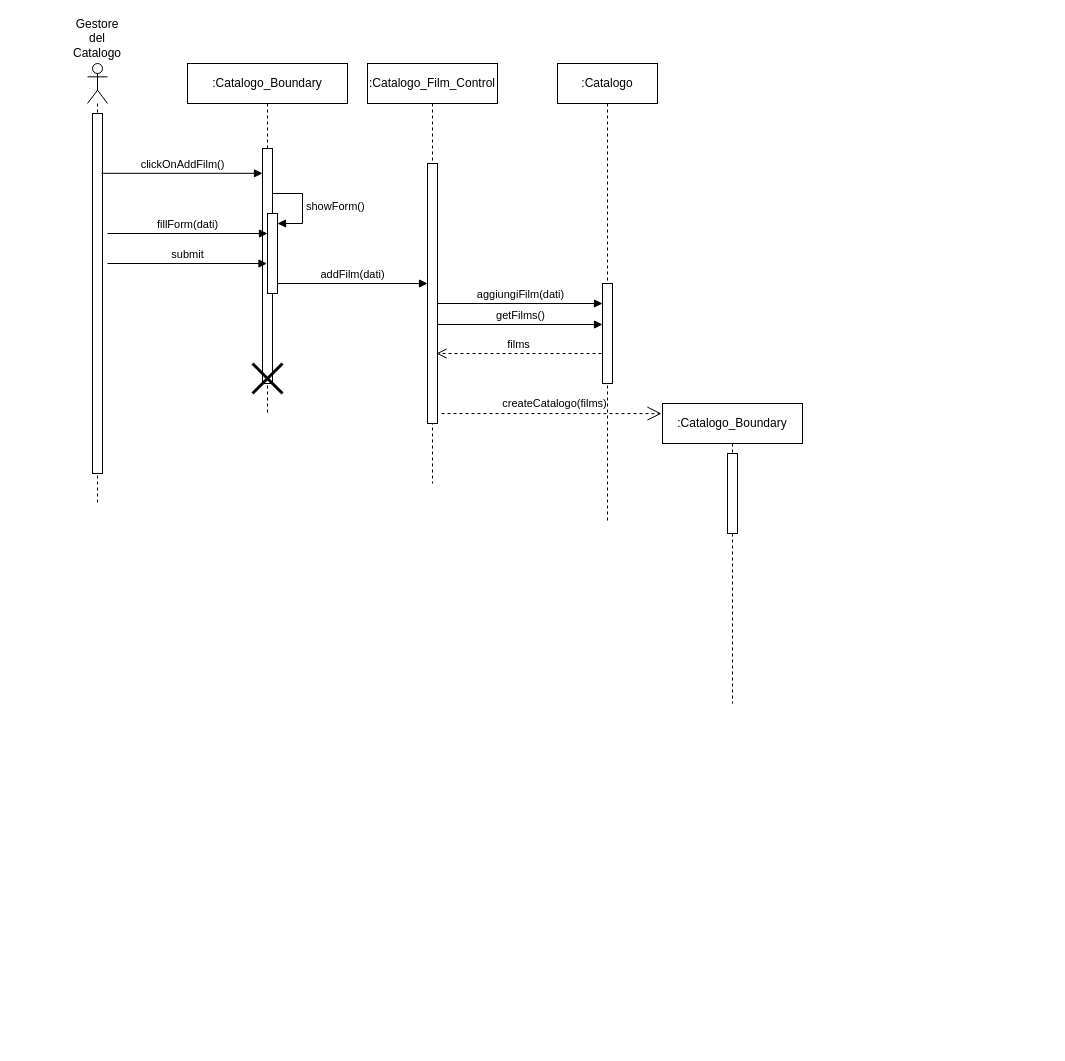
Above: New Diagrams/Sequence Diagrams/UC20- Aggiunta di un film al catalogo.drawio in superfra01/Rated (draw.io), before the change. Source tidied: cells renumbered, new cells numbered last; positions are measured from the earlier drawing's top-left corner, leaving out a move shared by most shapes. Both pictures are drawn from the tidied source at 100%, with x=0, y=0 at pixel (67, 23).
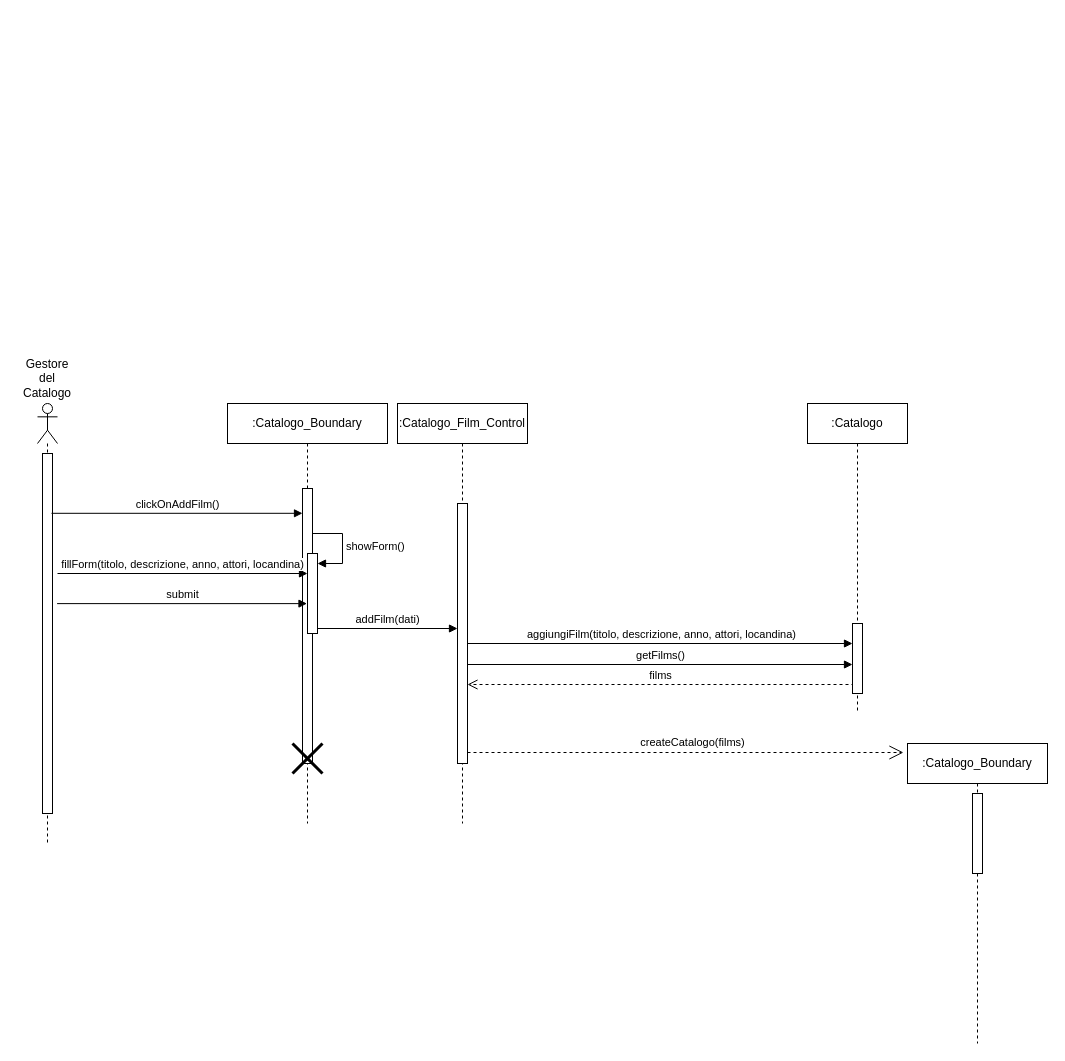
The same diagram, later.

Commit message:
Aggiunta Film SD

Unchanged cells that the change refers to:
```xml
<mxCell id="16" style="html=1;points=[[0,0,0,0,5],[0,1,0,0,-5],[1,0,0,0,5],[1,1,0,0,-5]];perimeter=orthogonalPerimeter;outlineConnect=0;targetShapes=umlLifeline;portConstraint=eastwest;newEdgeStyle={&quot;curved&quot;:0,&quot;rounded&quot;:0};" parent="15" vertex="1">
  <mxGeometry x="60" y="100" width="10" height="260" as="geometry" />
</mxCell>
```

Change to the diagram source:
```diff
@@
     <mxCell id="2" value="films" style="html=1;verticalAlign=bottom;endArrow=open;dashed=1;endSize=8;curved=0;rounded=0;" parent="1" edge="1">
       <mxGeometry relative="1" as="geometry">
-        <mxPoint x="534" y="330" as="sourcePoint" />
-        <mxPoint x="369" y="330" as="targetPoint" />
+        <mxPoint x="787" y="661" as="sourcePoint" />
+        <mxPoint x="400" y="661" as="targetPoint" />
       </mxGeometry>
     </mxCell>
-    <mxCell id="3" value=":Catalogo_Boundary" style="shape=umlLifeline;perimeter=lifelinePerimeter;whiteSpace=wrap;html=1;newEdgeStyle={&quot;curved&quot;:0,&quot;rounded&quot;:0};" parent="1" vertex="1">
-      <mxGeometry x="595" y="380" width="140" height="300" as="geometry" />
-    </mxCell>
+    <mxCell id="24" value=":Catalogo_Boundary" style="shape=umlLifeline;perimeter=lifelinePerimeter;whiteSpace=wrap;html=1;outlineConnect=0;portConstraint=eastwest;newEdgeStyle={&quot;curved&quot;:0,&quot;rounded&quot;:0};" parent="1" vertex="1">
+      <mxGeometry x="840" y="720" width="140" height="300" as="geometry" />
+    </mxCell>
-    <mxCell id="4" style="html=1;perimeter=orthogonalPerimeter;targetShapes=umlLifeline;newEdgeStyle={&quot;curved&quot;:0,&quot;rounded&quot;:0};" parent="3" vertex="1">
+    <mxCell id="4" style="html=1;perimeter=orthogonalPerimeter;targetShapes=umlLifeline;newEdgeStyle={&quot;curved&quot;:0,&quot;rounded&quot;:0};" parent="24" vertex="1">
       <mxGeometry x="65" y="50" width="10" height="80" as="geometry" />
     </mxCell>
-    <mxCell id="5" value="createCatalogo(films)" style="endArrow=open;endSize=12;dashed=1;html=1;rounded=0;entryX=0;entryY=0.067;entryDx=0;entryDy=0;entryPerimeter=0;" parent="1" edge="1">
-      <mxGeometry x="0.03" y="10" relative="1" as="geometry">
-        <mxPoint x="374" y="390" as="sourcePoint" />
-        <mxPoint x="594" y="390.1" as="targetPoint" />
-      </mxGeometry>
+    <mxCell id="5" value="createCatalogo(films)" style="endArrow=open;endSize=12;dashed=1;html=1;rounded=0;entryX=-0.029;entryY=0.03;entryDx=0;entryDy=0;entryPerimeter=0;" parent="1" edge="1" source="16" target="24">
+      <mxGeometry x="0.03" y="10" relative="1" as="geometry" />
     </mxCell>
-    <mxCell id="6" value="getFilms()" style="html=1;verticalAlign=bottom;endArrow=block;curved=0;rounded=0;" parent="1" edge="1">
+    <mxCell id="6" value="getFilms()" style="html=1;verticalAlign=bottom;endArrow=block;curved=0;rounded=0;" parent="1" edge="1" target="29">
       <mxGeometry relative="1" as="geometry">
-        <mxPoint x="370" y="301" as="sourcePoint" />
-        <mxPoint x="535" y="301" as="targetPoint" />
+        <mxPoint x="400" y="641" as="sourcePoint" />
       </mxGeometry>
     </mxCell>
-    <mxCell id="7" style="shape=umlLifeline;perimeter=lifelinePerimeter;whiteSpace=wrap;html=1;newEdgeStyle={&quot;curved&quot;:0,&quot;rounded&quot;:0};participant=umlActor;" parent="1" vertex="1">
-      <mxGeometry x="20" y="40" width="20" height="440" as="geometry" />
-    </mxCell>
+    <mxCell id="25" style="shape=umlLifeline;perimeter=lifelinePerimeter;whiteSpace=wrap;html=1;newEdgeStyle={&quot;curved&quot;:0,&quot;rounded&quot;:0};participant=umlActor;" parent="1" vertex="1">
+      <mxGeometry x="-30" y="380" width="20" height="440" as="geometry" />
+    </mxCell>
-    <mxCell id="8" style="html=1;points=[[0,0,0,0,5],[0,1,0,0,-5],[1,0,0,0,5],[1,1,0,0,-5]];perimeter=orthogonalPerimeter;outlineConnect=0;targetShapes=umlLifeline;portConstraint=eastwest;newEdgeStyle={&quot;curved&quot;:0,&quot;rounded&quot;:0};" parent="7" vertex="1">
+    <mxCell id="8" style="html=1;points=[[0,0,0,0,5],[0,1,0,0,-5],[1,0,0,0,5],[1,1,0,0,-5]];perimeter=orthogonalPerimeter;outlineConnect=0;targetShapes=umlLifeline;portConstraint=eastwest;newEdgeStyle={&quot;curved&quot;:0,&quot;rounded&quot;:0};" parent="25" vertex="1">
       <mxGeometry x="5" y="50" width="10" height="360" as="geometry" />
     </mxCell>
     <mxCell id="9" value="Gestore del Catalogo" style="text;html=1;align=center;verticalAlign=middle;whiteSpace=wrap;rounded=0;" parent="1" vertex="1">
-      <mxGeometry width="60" height="30" as="geometry" />
+      <mxGeometry x="-50" y="340" width="60" height="30" as="geometry" />
     </mxCell>
-    <mxCell id="10" value="clickOnAddFilm()" style="html=1;verticalAlign=bottom;endArrow=block;curved=0;rounded=0;exitX=0.8;exitY=0.166;exitDx=0;exitDy=0;exitPerimeter=0;" parent="1" edge="1" target="12">
+    <mxCell id="10" value="clickOnAddFilm()" style="html=1;verticalAlign=bottom;endArrow=block;curved=0;rounded=0;exitX=0.8;exitY=0.166;exitDx=0;exitDy=0;exitPerimeter=0;" parent="1" edge="1" target="27">
       <mxGeometry relative="1" as="geometry">
-        <mxPoint x="34" y="149.8" as="sourcePoint" />
+        <mxPoint x="-16" y="489.8" as="sourcePoint" />
       </mxGeometry>
     </mxCell>
-    <mxCell id="11" value=":Catalogo_Boundary" style="shape=umlLifeline;perimeter=lifelinePerimeter;whiteSpace=wrap;html=1;newEdgeStyle={&quot;curved&quot;:0,&quot;rounded&quot;:0};" parent="1" vertex="1">
-      <mxGeometry x="120" y="40" width="160" height="350" as="geometry" />
-    </mxCell>
-    <mxCell id="12" style="html=1;points=[[0,0,0,0,5],[0,1,0,0,-5],[1,0,0,0,5],[1,1,0,0,-5]];perimeter=orthogonalPerimeter;outlineConnect=0;targetShapes=umlLifeline;portConstraint=eastwest;newEdgeStyle={&quot;curved&quot;:0,&quot;rounded&quot;:0};" parent="11" vertex="1">
-      <mxGeometry x="75" y="85" width="10" height="235" as="geometry" />
-    </mxCell>
+    <mxCell id="26" value=":Catalogo_Boundary" style="shape=umlLifeline;perimeter=lifelinePerimeter;whiteSpace=wrap;html=1;outlineConnect=0;portConstraint=eastwest;newEdgeStyle={&quot;curved&quot;:0,&quot;rounded&quot;:0};" parent="1" vertex="1">
+      <mxGeometry x="160" y="380" width="160" height="420" as="geometry" />
+    </mxCell>
+    <mxCell id="27" style="html=1;points=[[0,0,0,0,5],[0,1,0,0,-5],[1,0,0,0,5],[1,1,0,0,-5]];perimeter=orthogonalPerimeter;outlineConnect=0;targetShapes=umlLifeline;portConstraint=eastwest;newEdgeStyle={&quot;curved&quot;:0,&quot;rounded&quot;:0};" parent="26" vertex="1">
+      <mxGeometry x="75" y="85" width="10" height="275" as="geometry" />
+    </mxCell>
-    <mxCell id="13" style="html=1;points=[[0,0,0,0,5],[0,1,0,0,-5],[1,0,0,0,5],[1,1,0,0,-5]];perimeter=orthogonalPerimeter;outlineConnect=0;targetShapes=umlLifeline;portConstraint=eastwest;newEdgeStyle={&quot;curved&quot;:0,&quot;rounded&quot;:0};" parent="11" vertex="1">
+    <mxCell id="13" style="html=1;points=[[0,0,0,0,5],[0,1,0,0,-5],[1,0,0,0,5],[1,1,0,0,-5]];perimeter=orthogonalPerimeter;outlineConnect=0;targetShapes=umlLifeline;portConstraint=eastwest;newEdgeStyle={&quot;curved&quot;:0,&quot;rounded&quot;:0};" parent="26" vertex="1">
       <mxGeometry x="80" y="150" width="10" height="80" as="geometry" />
     </mxCell>
-    <mxCell id="14" value="showForm()" style="html=1;align=left;spacingLeft=2;endArrow=block;rounded=0;edgeStyle=orthogonalEdgeStyle;curved=0;rounded=0;" parent="11" edge="1" target="13">
+    <mxCell id="14" value="showForm()" style="html=1;align=left;spacingLeft=2;endArrow=block;rounded=0;edgeStyle=orthogonalEdgeStyle;curved=0;rounded=0;" parent="26" edge="1" target="13">
       <mxGeometry relative="1" as="geometry">
         <mxPoint x="85" y="130" as="sourcePoint" />
         <Array as="points">
           <mxPoint x="115" y="160" />
         </Array>
       </mxGeometry>
     </mxCell>
+    <mxCell id="28" style="shape=umlDestroy;whiteSpace=wrap;html=1;strokeWidth=3;targetShapes=umlLifeline;" parent="26" vertex="1">
+      <mxGeometry x="65" y="340" width="30" height="30" as="geometry" />
+    </mxCell>
     <mxCell id="15" value=":Catalogo_Film_Control" style="shape=umlLifeline;perimeter=lifelinePerimeter;whiteSpace=wrap;html=1;newEdgeStyle={&quot;curved&quot;:0,&quot;rounded&quot;:0};" parent="1" vertex="1">
-      <mxGeometry x="300" y="40" width="130" height="420" as="geometry" />
+      <mxGeometry x="330" y="380" width="130" height="420" as="geometry" />
     </mxCell>
@@
     <mxCell id="17" value=":Catalogo" style="shape=umlLifeline;perimeter=lifelinePerimeter;whiteSpace=wrap;html=1;newEdgeStyle={&quot;curved&quot;:0,&quot;rounded&quot;:0};" parent="1" vertex="1">
-      <mxGeometry x="490" y="40" width="100" height="460" as="geometry" />
+      <mxGeometry x="740" y="380" width="100" height="310" as="geometry" />
     </mxCell>
-    <mxCell id="18" style="html=1;points=[[0,0,0,0,5],[0,1,0,0,-5],[1,0,0,0,5],[1,1,0,0,-5]];perimeter=orthogonalPerimeter;outlineConnect=0;targetShapes=umlLifeline;portConstraint=eastwest;newEdgeStyle={&quot;curved&quot;:0,&quot;rounded&quot;:0};" parent="17" vertex="1">
-      <mxGeometry x="45" y="220" width="10" height="100" as="geometry" />
-    </mxCell>
-    <mxCell id="19" value="fillForm(dati)" style="html=1;verticalAlign=bottom;endArrow=block;curved=0;rounded=0;" parent="1" edge="1" target="13">
-      <mxGeometry relative="1" as="geometry">
-        <mxPoint x="40" y="210" as="sourcePoint" />
-      </mxGeometry>
-    </mxCell>
+    <mxCell id="29" style="html=1;points=[[0,0,0,0,5],[0,1,0,0,-5],[1,0,0,0,5],[1,1,0,0,-5]];perimeter=orthogonalPerimeter;outlineConnect=0;targetShapes=umlLifeline;portConstraint=eastwest;newEdgeStyle={&quot;curved&quot;:0,&quot;rounded&quot;:0};" parent="17" vertex="1">
+      <mxGeometry x="45" y="220" width="10" height="70" as="geometry" />
+    </mxCell>
+    <mxCell id="30" value="fillForm(titolo, descrizione, anno, attori, locandina)" style="html=1;verticalAlign=bottom;endArrow=block;curved=0;rounded=0;" parent="1" edge="1" target="13">
+      <mxGeometry relative="1" as="geometry">
+        <mxPoint x="-10" y="550" as="sourcePoint" />
+      </mxGeometry>
+    </mxCell>
-    <mxCell id="20" value="submit" style="html=1;verticalAlign=bottom;endArrow=block;curved=0;rounded=0;" parent="1" edge="1">
-      <mxGeometry relative="1" as="geometry">
-        <mxPoint x="40" y="240" as="sourcePoint" />
-        <mxPoint x="199.5" y="240" as="targetPoint" />
-      </mxGeometry>
+    <mxCell id="20" value="submit" style="html=1;verticalAlign=bottom;endArrow=block;curved=0;rounded=0;exitX=1.46;exitY=0.417;exitDx=0;exitDy=0;exitPerimeter=0;" parent="1" edge="1" source="8" target="26">
+      <mxGeometry relative="1" as="geometry" />
     </mxCell>
-    <mxCell id="21" style="shape=umlDestroy;whiteSpace=wrap;html=1;strokeWidth=3;targetShapes=umlLifeline;" parent="1" vertex="1">
-      <mxGeometry x="185" y="340" width="30" height="30" as="geometry" />
-    </mxCell>
-    <mxCell id="22" value="addFilm(dati)" style="html=1;verticalAlign=bottom;endArrow=block;curved=0;rounded=0;" parent="1" edge="1" target="16">
-      <mxGeometry relative="1" as="geometry">
-        <mxPoint x="210" y="260" as="sourcePoint" />
-      </mxGeometry>
+    <mxCell id="22" value="addFilm(dati)" style="html=1;verticalAlign=bottom;endArrow=block;curved=0;rounded=0;exitX=1;exitY=1;exitDx=0;exitDy=-5;exitPerimeter=0;" parent="1" edge="1" source="13" target="16">
+      <mxGeometry relative="1" as="geometry" />
     </mxCell>
-    <mxCell id="23" value="aggiungiFilm(dati)" style="html=1;verticalAlign=bottom;endArrow=block;curved=0;rounded=0;" parent="1" edge="1" target="18">
-      <mxGeometry x="0.01" relative="1" as="geometry">
-        <mxPoint x="370" y="280" as="sourcePoint" />
-      </mxGeometry>
-    </mxCell>
+    <mxCell id="31" value="aggiungiFilm(titolo, descrizione, anno, attori, locandina)" style="html=1;verticalAlign=bottom;endArrow=block;curved=0;rounded=0;" parent="1" edge="1" target="29">
+      <mxGeometry x="0.01" relative="1" as="geometry">
+        <mxPoint x="400" y="620" as="sourcePoint" />
+      </mxGeometry>
+    </mxCell>
```
